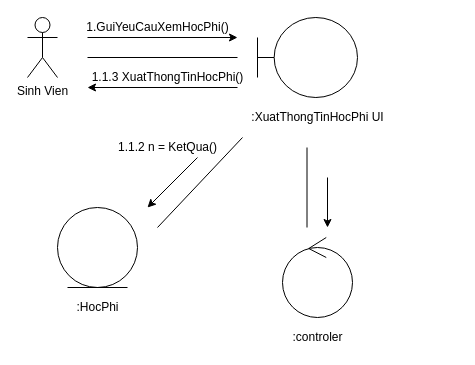
Before: U12 Tron.drawio in haihak/haihak, a draw.io diagram. Source tidied: cells renumbered, new cells numbered last; positions are measured from the earlier drawing's top-left corner, leaving out a move shared by most shapes. Both pictures are drawn from the tidied source at 100%, with x=0, y=0 at pixel (27, 17).
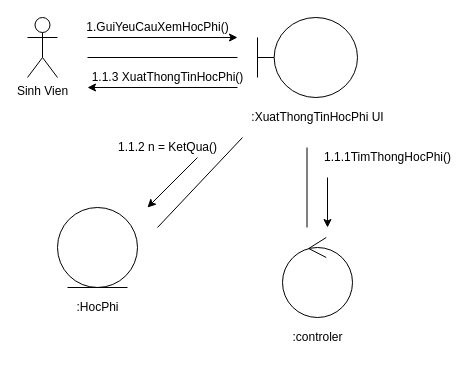
After the change.

Change to the diagram source:
```diff
@@
+    <mxCell id="19" value="1.1.1TimThongHocPhi()" style="text;html=1;align=center;verticalAlign=middle;strokeColor=none;fillColor=none;rotation=0;" parent="1" vertex="1">
+      <mxGeometry x="290" y="130" width="140" height="20" as="geometry" />
+    </mxCell>
```
